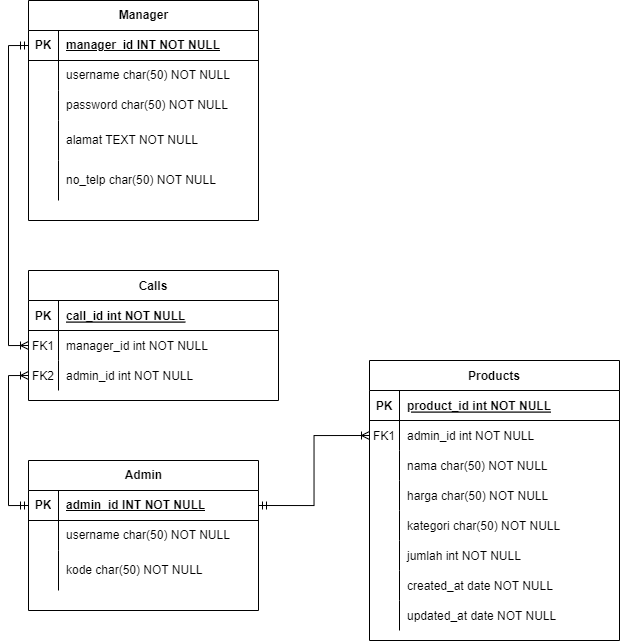
Earlier version of the draw.io export Skema Relasi.drawio.png (Raygama/tes). Source tidied: cells renumbered, new cells last; positions are measured from the earlier drawing's top-left corner, leaving out a move shared by most shapes.
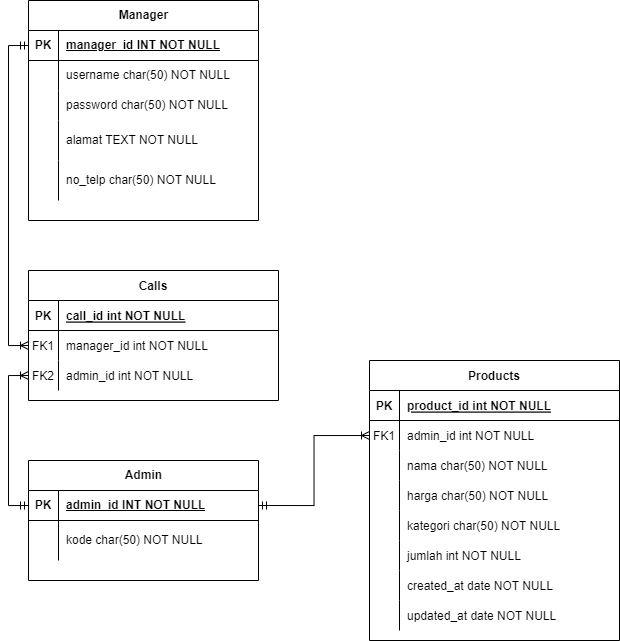
Above is the later version.

What changed in the source:
```diff
@@ -156,7 +156,7 @@
       <mxGeometry x="30" width="220" height="30" as="geometry" />
     </mxCell>
     <mxCell id="53" value="Admin" style="shape=table;startSize=30;rowLines=0;fontStyle=1;align=center;html=1;" parent="1" vertex="1">
-      <mxGeometry y="460" width="230" height="150" as="geometry" />
+      <mxGeometry y="460" width="230" height="120" as="geometry" />
     </mxCell>
     <mxCell id="54" style="shape=tableRow;horizontal=0;startSize=0;swimlaneHead=0;swimlaneBody=0;fillColor=none;points=[[0,0.5],[1,0.5]];portConstraint=eastwest;top=0;left=0;right=0;bottom=1;" parent="53" vertex="1">
       <mxGeometry y="30" width="230" height="30" as="geometry" />
@@ -167,17 +167,8 @@
     <mxCell id="56" value="admin_id INT NOT NULL" style="shape=partialRectangle;fillColor=none;top=0;left=0;bottom=0;right=0;align=left;spacingLeft=6;fontStyle=5;overflow=hidden;whiteSpace=wrap;html=1;" parent="54" vertex="1">
       <mxGeometry x="30" width="200" height="30" as="geometry" />
     </mxCell>
-    <mxCell id="57" style="shape=tableRow;horizontal=0;startSize=0;swimlaneHead=0;swimlaneBody=0;fillColor=none;top=0;left=0;right=0;bottom=0;" parent="53" vertex="1">
-      <mxGeometry y="60" width="230" height="30" as="geometry" />
-    </mxCell>
-    <mxCell id="58" style="shape=partialRectangle;fillColor=none;top=0;left=0;bottom=0;right=0;overflow=hidden;whiteSpace=wrap;html=1;" parent="57" vertex="1">
-      <mxGeometry width="30" height="30" as="geometry" />
-    </mxCell>
-    <mxCell id="59" value="username char(50) NOT NULL" style="shape=partialRectangle;fillColor=none;top=0;left=0;bottom=0;right=0;align=left;spacingLeft=6;overflow=hidden;whiteSpace=wrap;html=1;" parent="57" vertex="1">
-      <mxGeometry x="30" width="200" height="30" as="geometry" />
-    </mxCell>
     <mxCell id="60" style="shape=tableRow;horizontal=0;startSize=0;swimlaneHead=0;swimlaneBody=0;fillColor=none;top=0;left=0;right=0;bottom=0;" parent="53" vertex="1">
-      <mxGeometry y="90" width="230" height="40" as="geometry" />
+      <mxGeometry y="60" width="230" height="40" as="geometry" />
     </mxCell>
     <mxCell id="61" style="shape=partialRectangle;fillColor=none;top=0;left=0;bottom=0;right=0;overflow=hidden;whiteSpace=wrap;html=1;" parent="60" vertex="1">
       <mxGeometry width="30" height="40" as="geometry" />
```
